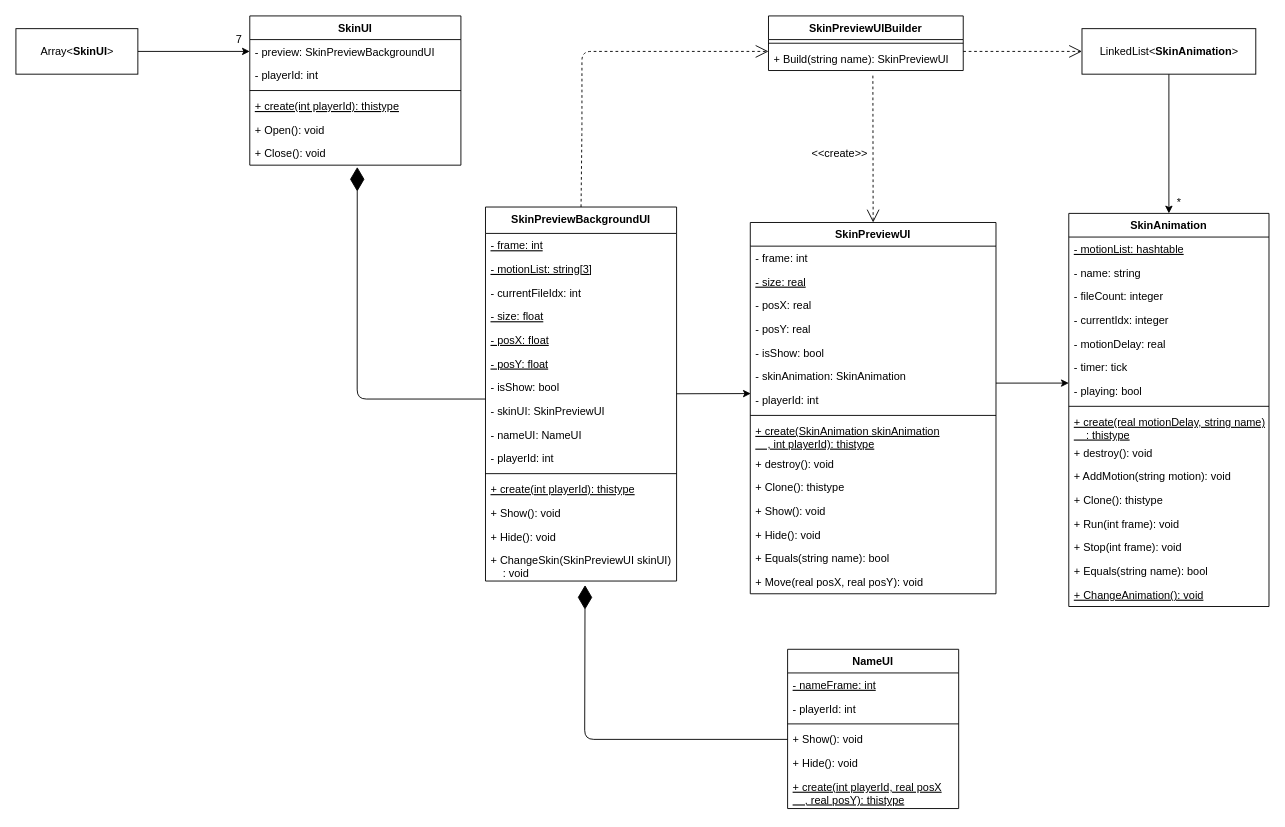
Before: Diagram/SkinFrame.drawio in jsm150/OrangeMushroomStory, a draw.io diagram. Source tidied: cells renumbered, new cells numbered last; positions are measured from the earlier drawing's top-left corner, leaving out a move shared by most shapes. Both pictures are drawn from the tidied source at 91%, with x=0, y=0 at pixel (15, 15).
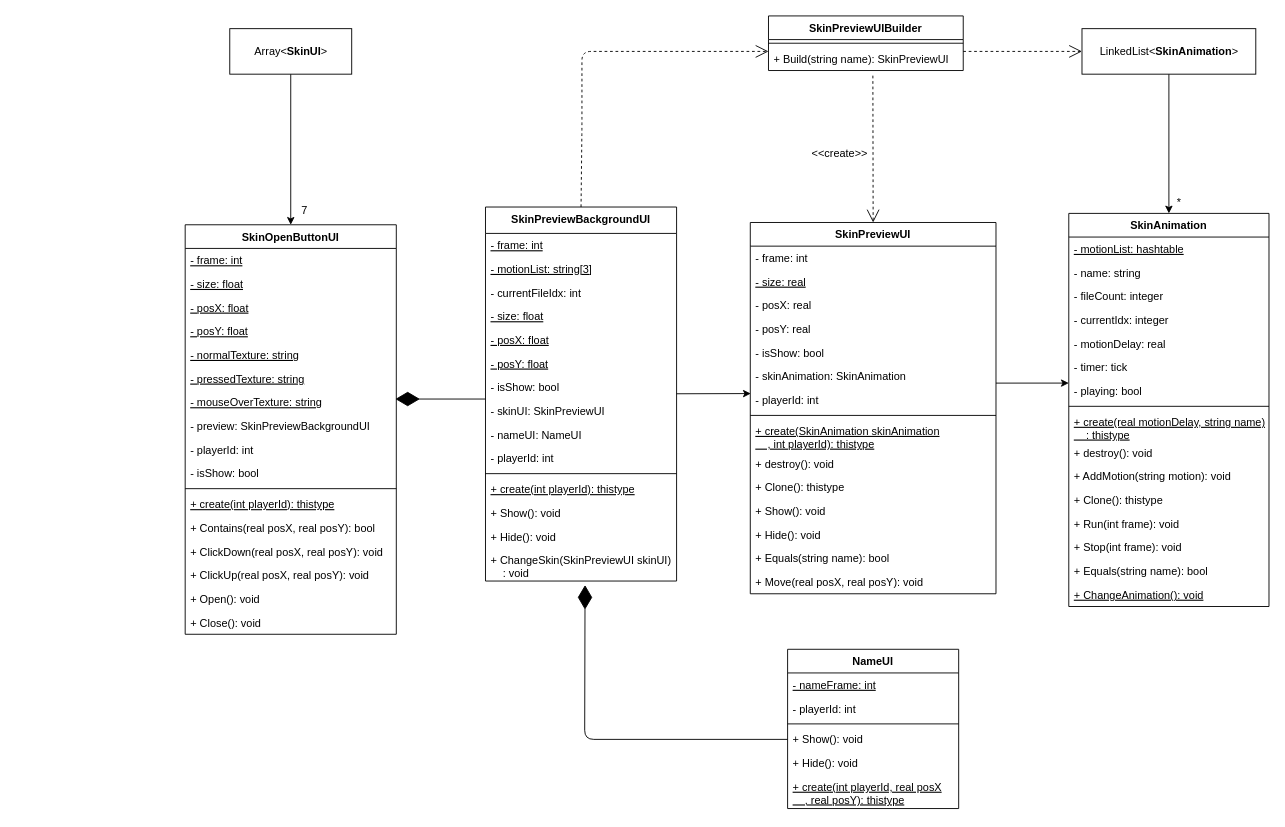
After the change.

Unchanged cells that the change refers to:
```xml
<mxCell id="11" value="- skinUI: SkinPreviewUI" style="text;strokeColor=none;fillColor=none;align=left;verticalAlign=top;spacingLeft=4;spacingRight=4;overflow=hidden;points=[[0,0.5],[1,0.5]];portConstraint=eastwest;fontStyle=0;" parent="3" vertex="1">
  <mxGeometry y="211" width="210" height="26" as="geometry" />
</mxCell>
```

Diff of the diagram source:
```diff
@@
-    <mxCell id="53" value="SkinUI" style="swimlane;fontStyle=1;align=center;verticalAlign=top;horizontal=1;startSize=26;" parent="1" vertex="1">
-      <mxGeometry x="257" width="232" height="164" as="geometry" />
+    <mxCell id="53" value="SkinOpenButtonUI" style="swimlane;fontStyle=1;align=center;verticalAlign=top;horizontal=1;startSize=26;" parent="1" vertex="1">
+      <mxGeometry x="186" y="229.5" width="232" height="450" as="geometry" />
     </mxCell>
+    <mxCell id="82" value="- frame: int" style="text;strokeColor=none;fillColor=none;align=left;verticalAlign=top;spacingLeft=4;spacingRight=4;overflow=hidden;fontStyle=4;" parent="53" vertex="1">
+      <mxGeometry y="26" width="232" height="26" as="geometry" />
+    </mxCell>
+    <mxCell id="83" value="- size: float" style="text;strokeColor=none;fillColor=none;align=left;verticalAlign=top;spacingLeft=4;spacingRight=4;overflow=hidden;fontStyle=4;" parent="53" vertex="1">
+      <mxGeometry y="52" width="232" height="26" as="geometry" />
+    </mxCell>
+    <mxCell id="84" value="- posX: float" style="text;strokeColor=none;fillColor=none;align=left;verticalAlign=top;spacingLeft=4;spacingRight=4;overflow=hidden;fontStyle=4;" parent="53" vertex="1">
+      <mxGeometry y="78" width="232" height="26" as="geometry" />
+    </mxCell>
+    <mxCell id="85" value="- posY: float" style="text;strokeColor=none;fillColor=none;align=left;verticalAlign=top;spacingLeft=4;spacingRight=4;overflow=hidden;fontStyle=4;" parent="53" vertex="1">
+      <mxGeometry y="104" width="232" height="26" as="geometry" />
+    </mxCell>
+    <mxCell id="86" value="- normalTexture: string" style="text;strokeColor=none;fillColor=none;align=left;verticalAlign=top;spacingLeft=4;spacingRight=4;overflow=hidden;fontStyle=4;" parent="53" vertex="1">
+      <mxGeometry y="130" width="232" height="26" as="geometry" />
+    </mxCell>
+    <mxCell id="87" value="- pressedTexture: string" style="text;strokeColor=none;fillColor=none;align=left;verticalAlign=top;spacingLeft=4;spacingRight=4;overflow=hidden;fontStyle=4;" parent="53" vertex="1">
+      <mxGeometry y="156" width="232" height="26" as="geometry" />
+    </mxCell>
+    <mxCell id="88" value="- mouseOverTexture: string" style="text;strokeColor=none;fillColor=none;align=left;verticalAlign=top;spacingLeft=4;spacingRight=4;overflow=hidden;fontStyle=4;" parent="53" vertex="1">
+      <mxGeometry y="182" width="232" height="26" as="geometry" />
+    </mxCell>
     <mxCell id="54" value="- preview: SkinPreviewBackgroundUI" style="text;strokeColor=none;fillColor=none;align=left;verticalAlign=top;spacingLeft=4;spacingRight=4;overflow=hidden;points=[[0,0.5],[1,0.5]];portConstraint=eastwest;" parent="53" vertex="1">
-      <mxGeometry y="26" width="232" height="26" as="geometry" />
+      <mxGeometry y="208" width="232" height="26" as="geometry" />
     </mxCell>
     <mxCell id="55" value="- playerId: int" style="text;strokeColor=none;fillColor=none;align=left;verticalAlign=top;spacingLeft=4;spacingRight=4;overflow=hidden;" parent="53" vertex="1">
-      <mxGeometry y="52" width="232" height="26" as="geometry" />
+      <mxGeometry y="234" width="232" height="26" as="geometry" />
     </mxCell>
+    <mxCell id="89" value="- isShow: bool" style="text;strokeColor=none;fillColor=none;align=left;verticalAlign=top;spacingLeft=4;spacingRight=4;overflow=hidden;fontStyle=0;" parent="53" vertex="1">
+      <mxGeometry y="260" width="232" height="26" as="geometry" />
+    </mxCell>
     <mxCell id="56" style="line;strokeWidth=1;fillColor=none;align=left;verticalAlign=middle;spacingTop=-1;spacingLeft=3;spacingRight=3;labelPosition=right;" parent="53" vertex="1">
-      <mxGeometry y="78" width="232" height="8" as="geometry" />
+      <mxGeometry y="286" width="232" height="8" as="geometry" />
     </mxCell>
     <mxCell id="57" value="+ create(int playerId): thistype" style="text;strokeColor=none;fillColor=none;align=left;verticalAlign=top;spacingLeft=4;spacingRight=4;overflow=hidden;fontStyle=4;" parent="53" vertex="1">
-      <mxGeometry y="86" width="232" height="26" as="geometry" />
+      <mxGeometry y="294" width="232" height="26" as="geometry" />
     </mxCell>
-    <mxCell id="58" value="+ Open(): void" style="text;strokeColor=none;fillColor=none;align=left;verticalAlign=top;spacingLeft=4;spacingRight=4;overflow=hidden;" parent="53" vertex="1">
-      <mxGeometry y="112" width="232" height="26" as="geometry" />
+    <mxCell id="58" value="+ Contains(real posX, real posY): bool" style="text;strokeColor=none;fillColor=none;align=left;verticalAlign=top;spacingLeft=4;spacingRight=4;overflow=hidden;" parent="53" vertex="1">
+      <mxGeometry y="320" width="232" height="26" as="geometry" />
     </mxCell>
+    <mxCell id="90" value="+ ClickDown(real posX, real posY): void" style="text;strokeColor=none;fillColor=none;align=left;verticalAlign=top;spacingLeft=4;spacingRight=4;overflow=hidden;" parent="53" vertex="1">
+      <mxGeometry y="346" width="232" height="26" as="geometry" />
+    </mxCell>
+    <mxCell id="91" value="+ ClickUp(real posX, real posY): void" style="text;strokeColor=none;fillColor=none;align=left;verticalAlign=top;spacingLeft=4;spacingRight=4;overflow=hidden;" parent="53" vertex="1">
+      <mxGeometry y="372" width="232" height="26" as="geometry" />
+    </mxCell>
+    <mxCell id="92" value="+ Open(): void" style="text;strokeColor=none;fillColor=none;align=left;verticalAlign=top;spacingLeft=4;spacingRight=4;overflow=hidden;" parent="53" vertex="1">
+      <mxGeometry y="398" width="232" height="26" as="geometry" />
+    </mxCell>
     <mxCell id="59" value="+ Close(): void" style="text;strokeColor=none;fillColor=none;align=left;verticalAlign=top;spacingLeft=4;spacingRight=4;overflow=hidden;points=[[0,0.5],[1,0.5]];portConstraint=eastwest;" parent="53" vertex="1">
-      <mxGeometry y="138" width="232" height="26" as="geometry" />
+      <mxGeometry y="424" width="232" height="26" as="geometry" />
     </mxCell>
-    <mxCell id="60" style="endArrow=diamondThin;endFill=1;endSize=24;html=1;entryX=0.509;entryY=1.077;entryDx=0;entryDy=0;entryPerimeter=0;exitX=0;exitY=0;exitDx=0;exitDy=0;exitPerimeter=0;" parent="1" edge="1" source="11" target="59">
+    <mxCell id="60" style="endArrow=diamondThin;endFill=1;endSize=24;html=1;exitX=0;exitY=0;exitDx=0;exitDy=0;exitPerimeter=0;" parent="1" edge="1" source="11">
       <mxGeometry relative="1" as="geometry">
-        <Array as="points">
-          <mxPoint x="375" y="421" />
-        </Array>
+        <mxPoint x="417" y="421" as="targetPoint" />
       </mxGeometry>
     </mxCell>
@@
-    <mxCell id="70" style="edgeStyle=none;html=1;entryX=0;entryY=0.5;entryDx=0;entryDy=0;" parent="1" edge="1" source="71" target="54">
+    <mxCell id="70" style="edgeStyle=none;html=1;entryX=0.5;entryY=0;entryDx=0;entryDy=0;" parent="1" edge="1" source="71" target="53">
       <mxGeometry relative="1" as="geometry" />
     </mxCell>
     <mxCell id="71" value="Array&amp;lt;&lt;span style=&quot;font-weight: 700&quot;&gt;SkinUI&lt;/span&gt;&amp;gt;" style="html=1;" parent="1" vertex="1">
-      <mxGeometry y="14" width="134" height="50" as="geometry" />
+      <mxGeometry x="235" y="14" width="134" height="50" as="geometry" />
     </mxCell>
@@
     <mxCell id="73" value="7" style="text;html=1;align=center;verticalAlign=middle;strokeColor=none;fillColor=none;" parent="1" vertex="1">
-      <mxGeometry x="236" y="17" width="17" height="18" as="geometry" />
+      <mxGeometry x="308" y="205" width="17" height="18" as="geometry" />
     </mxCell>
```
